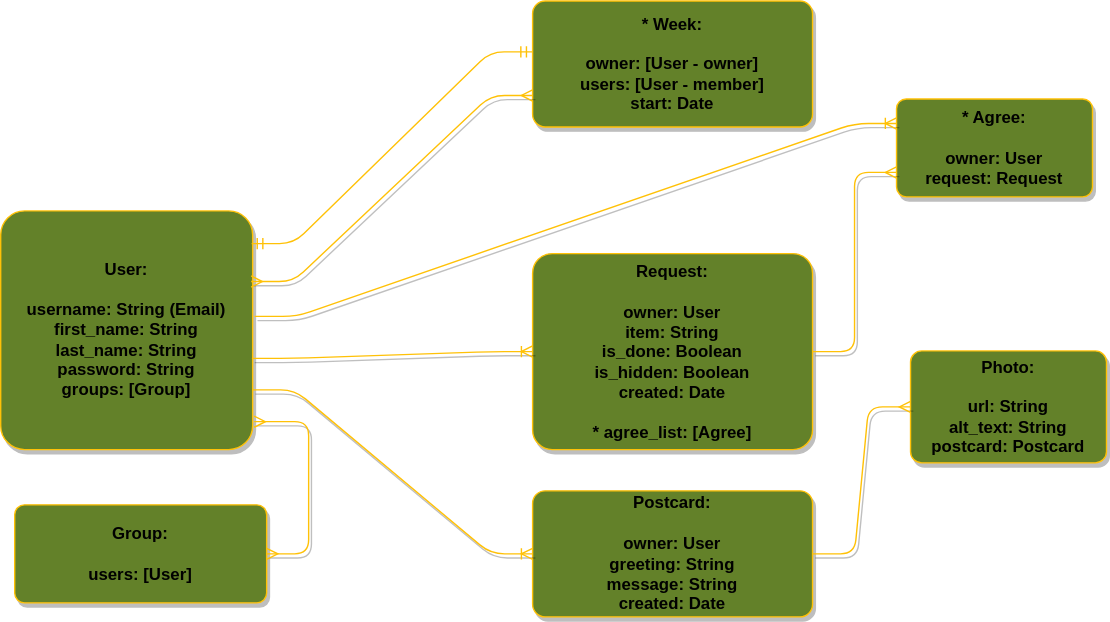
benhammondmusic/littlecabin keeps this draw.io diagram as erd.drawio.svg. Above is the earlier version. Source tidied: cells renumbered, new cells last; positions are measured from the earlier drawing's top-left corner, leaving out a move shared by most shapes.
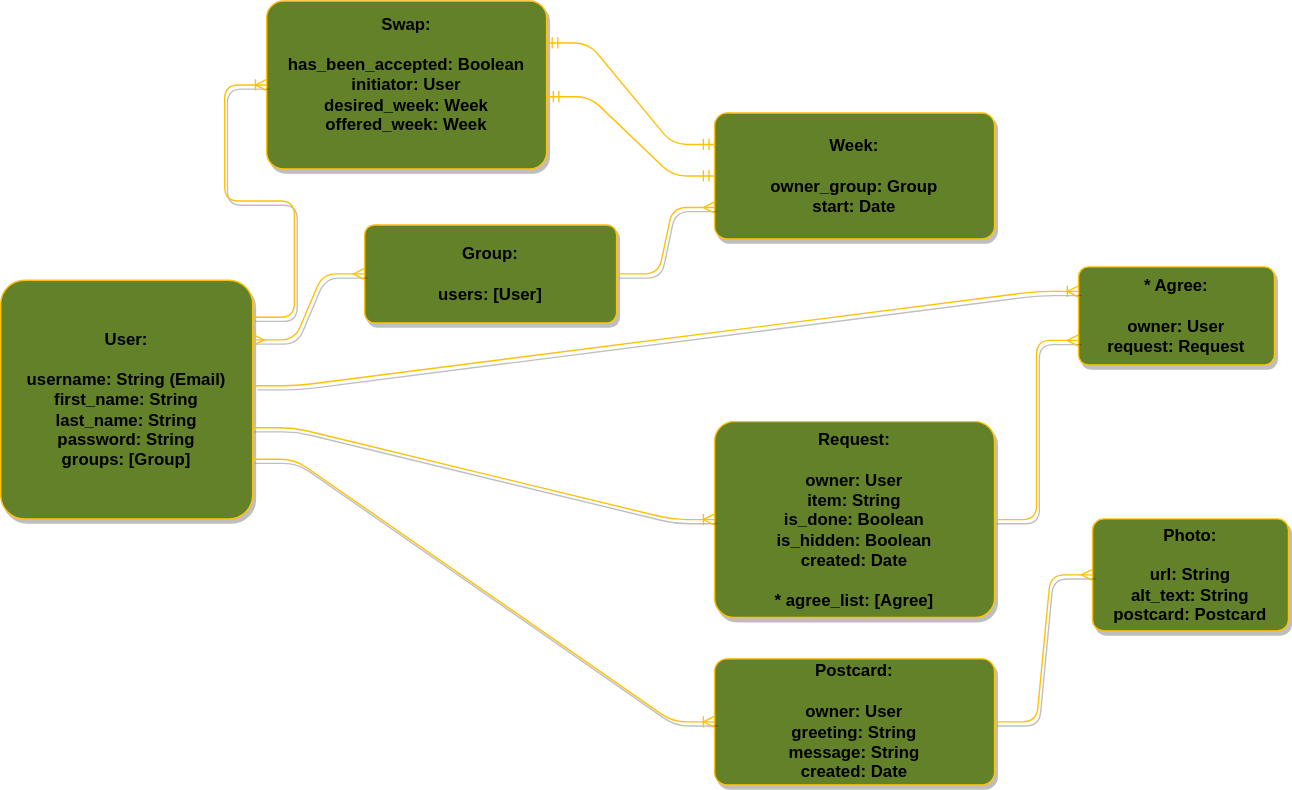
Later version of the same file.

Diff of the diagram source:
```diff
@@ -3,10 +3,10 @@
     <mxCell id="0" />
     <mxCell id="1" parent="0" />
     <mxCell id="2" value="&lt;b&gt;User:&lt;br&gt;&lt;br&gt;username: String (Email)&lt;br&gt;first_name: String&lt;br&gt;last_name: String&lt;br&gt;password: String&lt;br&gt;groups: [Group]&lt;br&gt;&lt;/b&gt;" style="rounded=1;arcSize=10;whiteSpace=wrap;html=1;align=center;fillColor=#638129;strokeColor=#ffc107;shadow=1;" parent="1" vertex="1">
-      <mxGeometry y="150" width="180" height="170.5" as="geometry" />
+      <mxGeometry x="-130" y="79.5" width="180" height="170.5" as="geometry" />
     </mxCell>
-    <mxCell id="3" value="&lt;b&gt;* Week:&lt;br&gt;&lt;br&gt;owner: [User - owner]&lt;br&gt;users: [User - member]&amp;nbsp;&lt;br&gt;start: Date&lt;br&gt;&lt;/b&gt;" style="rounded=1;arcSize=10;whiteSpace=wrap;html=1;align=center;fillColor=#638129;strokeColor=#ffc107;shadow=1;" parent="1" vertex="1">
-      <mxGeometry x="380" width="200" height="90" as="geometry" />
+    <mxCell id="3" value="&lt;b&gt;Week:&lt;br&gt;&lt;br&gt;owner_group: Group&amp;nbsp;&lt;br&gt;start: Date&lt;br&gt;&lt;/b&gt;" style="rounded=1;arcSize=10;whiteSpace=wrap;html=1;align=center;fillColor=#638129;strokeColor=#ffc107;shadow=1;" parent="1" vertex="1">
+      <mxGeometry x="380" y="-40" width="200" height="90" as="geometry" />
     </mxCell>
     <mxCell id="4" value="&lt;b&gt;Postcard:&lt;br&gt;&lt;br&gt;owner: User&lt;br&gt;greeting: String&lt;br&gt;message: String&lt;br&gt;created: Date&lt;/b&gt;" style="rounded=1;arcSize=10;whiteSpace=wrap;html=1;align=center;fillColor=#638129;strokeColor=#ffc107;shadow=1;" parent="1" vertex="1">
       <mxGeometry x="380" y="350" width="200" height="90" as="geometry" />
@@ -20,9 +20,6 @@
     <mxCell id="7" style="edgeStyle=entityRelationEdgeStyle;fontSize=12;html=1;endArrow=ERoneToMany;entryX=0;entryY=0.5;entryDx=0;entryDy=0;exitX=1;exitY=0.75;exitDx=0;exitDy=0;fillColor=#638129;strokeColor=#ffc107;shadow=1;" parent="1" edge="1" source="2" target="4">
       <mxGeometry relative="1" as="geometry" />
     </mxCell>
-    <mxCell id="8" style="edgeStyle=entityRelationEdgeStyle;fontSize=12;html=1;endArrow=ERmany;startArrow=ERmany;entryX=0;entryY=0.75;entryDx=0;entryDy=0;exitX=0.994;exitY=0.296;exitDx=0;exitDy=0;fillColor=#638129;exitPerimeter=0;strokeColor=#ffc107;shadow=1;" parent="1" edge="1" source="2" target="3">
-      <mxGeometry relative="1" as="geometry" />
-    </mxCell>
     <mxCell id="9" value="&lt;b&gt;* Agree:&lt;br&gt;&lt;br&gt;owner: User&lt;br&gt;request: Request&lt;/b&gt;" style="rounded=1;arcSize=10;whiteSpace=wrap;html=1;align=center;fillColor=#638129;strokeColor=#ffc107;shadow=1;" parent="1" vertex="1">
       <mxGeometry x="640" y="70" width="140" height="70" as="geometry" />
     </mxCell>
@@ -38,14 +35,26 @@
     <mxCell id="13" style="edgeStyle=entityRelationEdgeStyle;fontSize=12;html=1;endArrow=ERmany;entryX=0;entryY=0.5;entryDx=0;entryDy=0;fillColor=#638129;strokeColor=#ffc107;shadow=1;exitX=1;exitY=0.5;exitDx=0;exitDy=0;" parent="1" edge="1" source="4" target="11">
       <mxGeometry relative="1" as="geometry" />
     </mxCell>
-    <mxCell id="14" style="edgeStyle=entityRelationEdgeStyle;fontSize=12;html=1;endArrow=ERmandOne;startArrow=ERmandOne;entryX=-0.002;entryY=0.404;entryDx=0;entryDy=0;entryPerimeter=0;exitX=0.996;exitY=0.137;exitDx=0;exitDy=0;strokeColor=#FFC107;exitPerimeter=0;" parent="1" edge="1" source="2" target="3">
-      <mxGeometry relative="1" as="geometry" />
-    </mxCell>
     <mxCell id="15" value="&lt;b&gt;Group:&lt;br&gt;&lt;br&gt;users: [User]&lt;br&gt;&lt;/b&gt;" style="rounded=1;arcSize=10;whiteSpace=wrap;html=1;align=center;fillColor=#638129;strokeColor=#ffc107;shadow=1;" parent="1" vertex="1">
-      <mxGeometry x="10" y="360" width="180" height="70" as="geometry" />
+      <mxGeometry x="130" y="40" width="180" height="70" as="geometry" />
     </mxCell>
-    <mxCell id="16" style="edgeStyle=entityRelationEdgeStyle;fontSize=12;html=1;endArrow=ERmany;startArrow=ERmany;fillColor=#638129;strokeColor=#ffc107;shadow=1;exitX=1.006;exitY=0.883;exitDx=0;exitDy=0;exitPerimeter=0;" parent="1" edge="1" source="2" target="15">
+    <mxCell id="16" style="edgeStyle=entityRelationEdgeStyle;fontSize=12;html=1;endArrow=ERmany;startArrow=ERmany;fillColor=#638129;strokeColor=#ffc107;shadow=1;exitX=1;exitY=0.25;exitDx=0;exitDy=0;" parent="1" edge="1" source="2" target="15">
       <mxGeometry relative="1" as="geometry" />
     </mxCell>
+    <mxCell id="17" style="edgeStyle=entityRelationEdgeStyle;fontSize=12;html=1;endArrow=ERmany;entryX=0;entryY=0.75;entryDx=0;entryDy=0;exitX=1;exitY=0.5;exitDx=0;exitDy=0;fillColor=#638129;strokeColor=#ffc107;shadow=1;" parent="1" edge="1" source="15" target="3">
+      <mxGeometry relative="1" as="geometry" />
+    </mxCell>
+    <mxCell id="18" value="&lt;b&gt;Swap:&lt;br&gt;&lt;br&gt;has_been_accepted: Boolean&lt;br&gt;initiator: User&lt;br&gt;desired_week: Week&lt;br&gt;offered_week: Week&lt;br&gt;&lt;br&gt;&lt;/b&gt;" style="rounded=1;arcSize=10;whiteSpace=wrap;html=1;align=center;fillColor=#638129;strokeColor=#ffc107;shadow=1;" parent="1" vertex="1">
+      <mxGeometry x="60" y="-120" width="200" height="120" as="geometry" />
+    </mxCell>
+    <mxCell id="19" style="edgeStyle=entityRelationEdgeStyle;fontSize=12;html=1;endArrow=ERoneToMany;entryX=0;entryY=0.5;entryDx=0;entryDy=0;fillColor=#638129;strokeColor=#ffc107;shadow=1;exitX=0.999;exitY=0.155;exitDx=0;exitDy=0;exitPerimeter=0;" parent="1" edge="1" source="2" target="18">
+      <mxGeometry relative="1" as="geometry" />
+    </mxCell>
+    <mxCell id="20" style="edgeStyle=entityRelationEdgeStyle;fontSize=12;html=1;endArrow=ERmandOne;startArrow=ERmandOne;exitX=1;exitY=0.25;exitDx=0;exitDy=0;entryX=0;entryY=0.25;entryDx=0;entryDy=0;strokeColor=#FFC107;" parent="1" edge="1" source="18" target="3">
+      <mxGeometry relative="1" as="geometry" />
+    </mxCell>
+    <mxCell id="21" style="edgeStyle=entityRelationEdgeStyle;fontSize=12;html=1;endArrow=ERmandOne;startArrow=ERmandOne;exitX=1.004;exitY=0.57;exitDx=0;exitDy=0;entryX=0;entryY=0.5;entryDx=0;entryDy=0;exitPerimeter=0;strokeColor=#FFC107;" parent="1" edge="1" source="18" target="3">
+      <mxGeometry relative="1" as="geometry" />
+    </mxCell>
   </root>
 </mxGraphModel>
```
